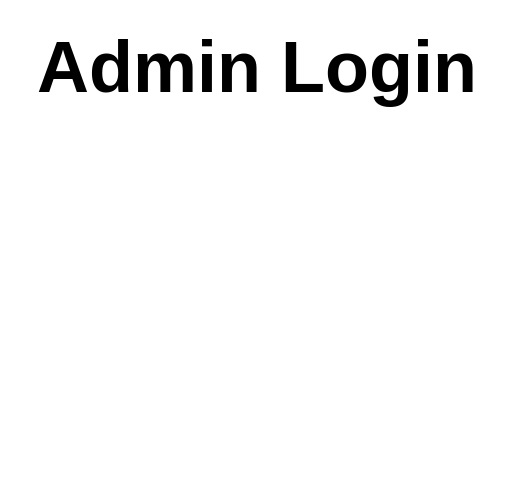
This is MyHR.drawio from helloDevAman/FlowCharts, a draw.io file, before an edit. Source tidied: cells renumbered, new cells numbered last; positions are measured from the earlier drawing's top-left corner, leaving out a move shared by most shapes. Both pictures are drawn from the tidied source at 100%, with x=0, y=0 at pixel (17, 17).
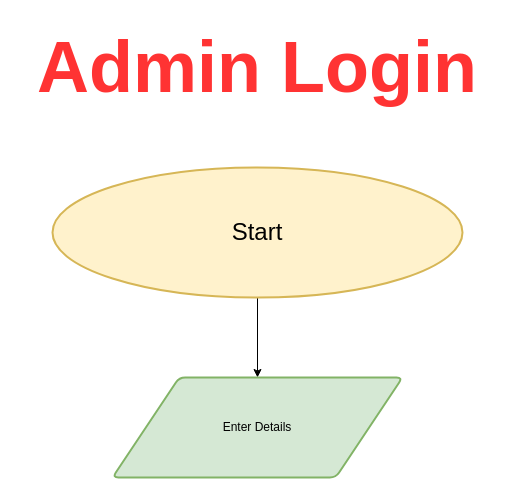
Above is the later version.

Change to the diagram source:
```diff
@@
 <mxGraphModel>
   <root>
     <mxCell id="0" />
     <mxCell id="1" parent="0" />
-    <mxCell id="2" value="&lt;span style=&quot;font-style: normal; font-variant-caps: normal; letter-spacing: normal; text-indent: 0px; text-transform: none; white-space: normal; word-spacing: 0px; -webkit-text-stroke-width: 0px; text-decoration: none; caret-color: rgb(0, 0, 0); color: rgb(0, 0, 0); float: none; display: inline !important;&quot;&gt;&lt;font style=&quot;font-size: 72px;&quot;&gt;&lt;b&gt;Admin Login&lt;/b&gt;&lt;/font&gt;&lt;/span&gt;" style="text;whiteSpace=wrap;html=1;align=center;" parent="1" vertex="1">
+    <mxCell id="2" value="&lt;span style=&quot;font-style: normal; font-variant-caps: normal; letter-spacing: normal; text-indent: 0px; text-transform: none; white-space: normal; word-spacing: 0px; -webkit-text-stroke-width: 0px; text-decoration: none; caret-color: rgb(0, 0, 0); float: none; color: rgb(255, 51, 51); display: inline !important;&quot;&gt;&lt;font style=&quot;font-size: 72px;&quot;&gt;&lt;b&gt;Admin Login&lt;/b&gt;&lt;/font&gt;&lt;/span&gt;" style="text;whiteSpace=wrap;html=1;align=center;" parent="1" vertex="1">
       <mxGeometry width="480" height="90" as="geometry" />
     </mxCell>
+    <mxCell id="3" style="edgeStyle=orthogonalEdgeStyle;rounded=0;jettySize=auto;html=1;" parent="1" edge="1" source="4" target="5">
+      <mxGeometry relative="1" as="geometry" />
+    </mxCell>
+    <mxCell id="4" value="&lt;font style=&quot;font-size: 24px;&quot;&gt;Start&lt;/font&gt;" style="strokeWidth=2;html=1;shape=mxgraph.flowchart.start_1;whiteSpace=wrap;fillColor=#fff2cc;strokeColor=#d6b656;" parent="1" vertex="1">
+      <mxGeometry x="35" y="150" width="410" height="130" as="geometry" />
+    </mxCell>
+    <mxCell id="5" value="Enter Details" style="shape=parallelogram;html=1;strokeWidth=2;perimeter=parallelogramPerimeter;whiteSpace=wrap;rounded=1;arcSize=12;size=0.23;fillColor=#d5e8d4;strokeColor=#82b366;" parent="1" vertex="1">
+      <mxGeometry x="95" y="360" width="290" height="100" as="geometry" />
+    </mxCell>
   </root>
 </mxGraphModel>
```
